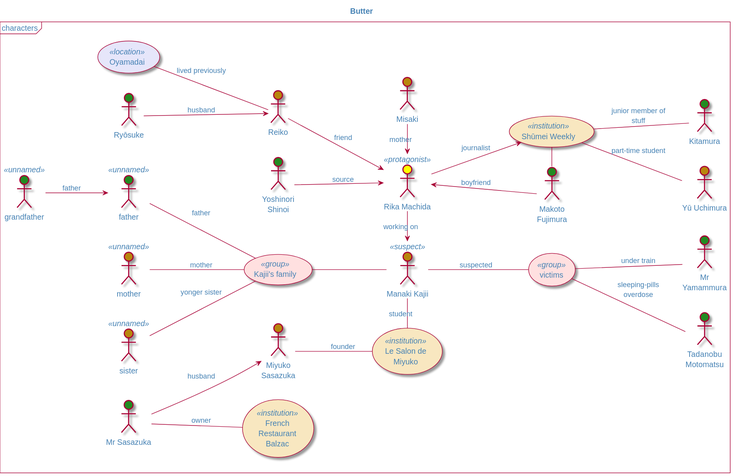
Above: Butter/butter-Butter.svg in olek3/reading (PlantUML), before the change.
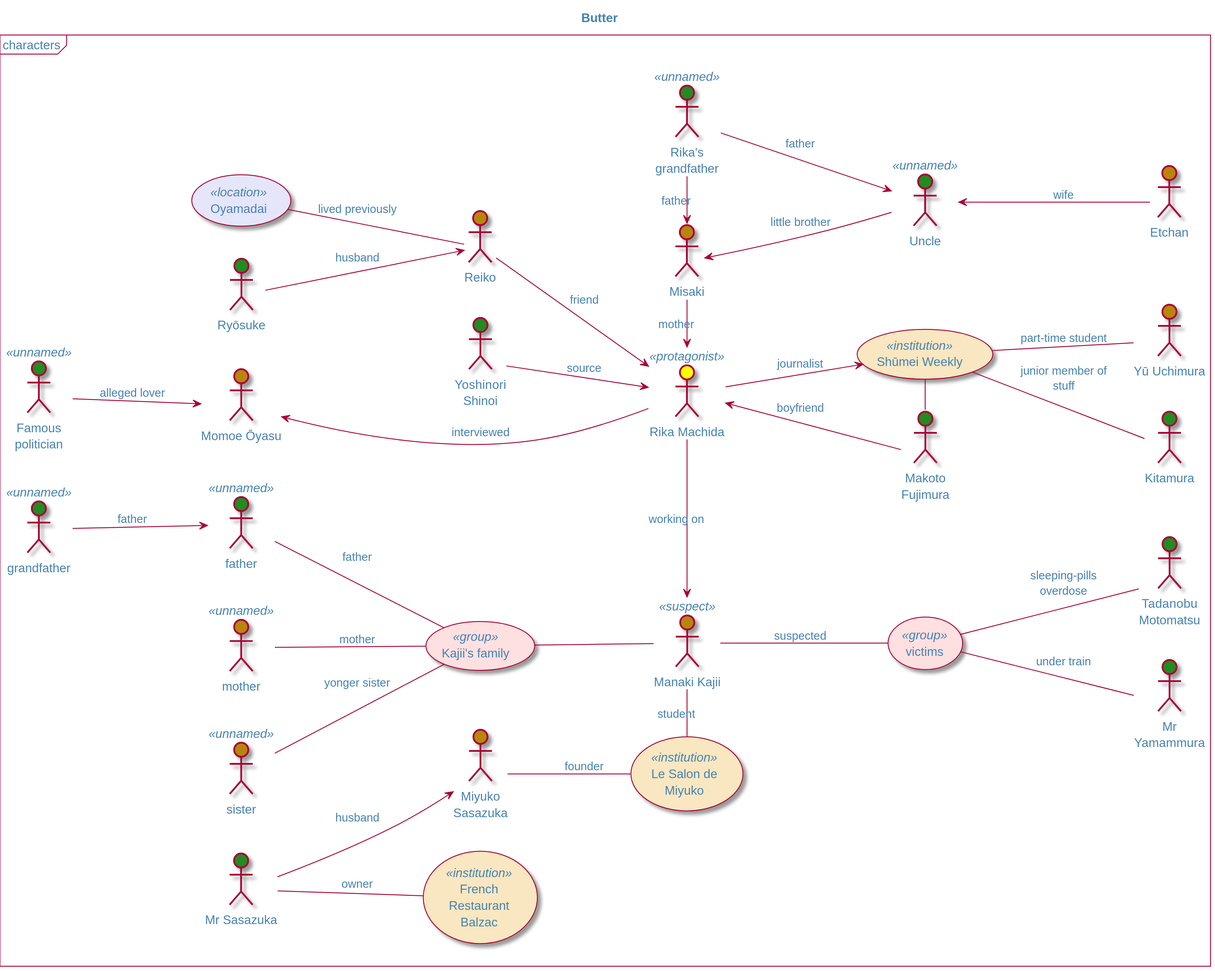
Later version of the same file.

The edit, as a diff of the source:
```diff
@@ -80,4 +80,21 @@
 
 :Tadanobu Motomatsu: $male
 (victims) -- :Tadanobu Motomatsu: : sleeping-pills overdose
+
+:Uncle: as uncle <<unnamed>> $male
+Misaki <-- uncle : little brother
+:Etchan: as aunt $female
+uncle <-- aunt : wife
+
+:Rika's grandfather: as grandpa <<unnamed>> $male
+
+grandpa -> Misaki : father
+grandpa -> uncle : father
+
+:Momoe Ōyasu: as oyasu $female
+
+oyasu <--- rika : interviewed
+:Famous politician: as politician <<unnamed>> $male
+
+politician--> oyasu : alleged lover
 @enduml
```
